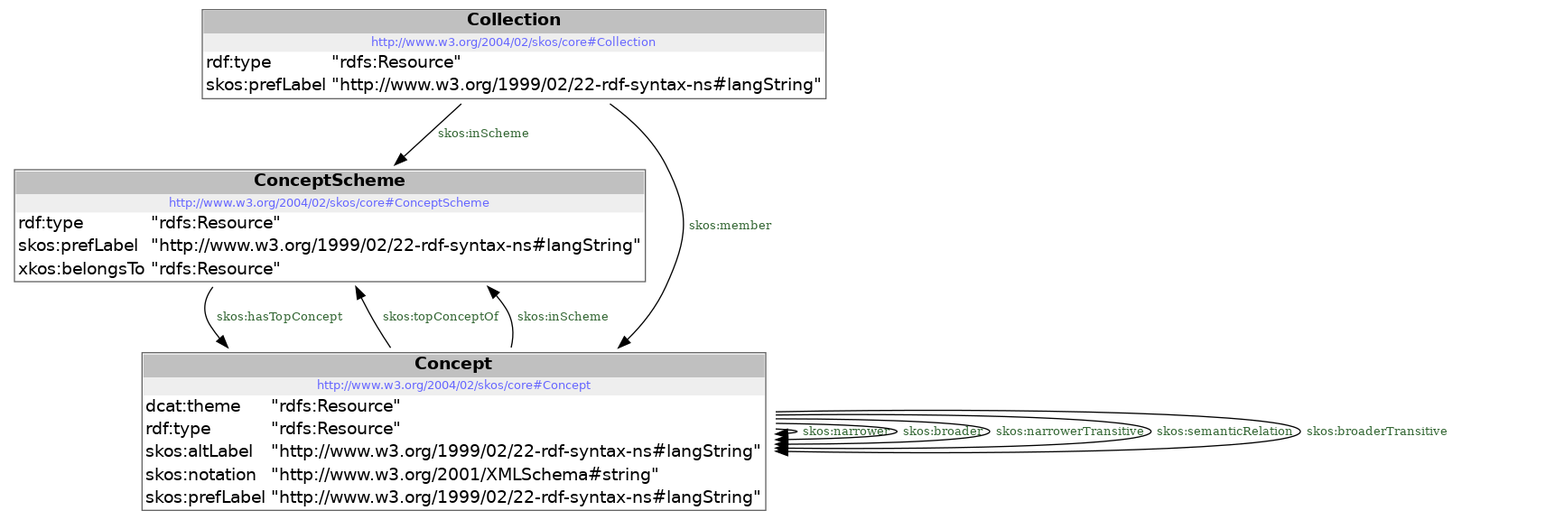
milieuinfo/codelijst-fysico-chemische-eigenschap keeps this Graphviz diagram as src/documentation/model.png. Above is the earlier version. Its source is kept beside it as src/documentation/model.dot. The source it was exported from:
```dot
digraph {
 node [ fontname="DejaVu Sans" ] ;
	node0 -> node0 [ color=BLACK, label=< <font point-size='10' color='#336633'>skos:semanticRelation</font> > ] ;
	node0 -> node0 [ color=BLACK, label=< <font point-size='10' color='#336633'>skos:narrowerTransitive</font> > ] ;
	node0 -> node1 [ color=BLACK, label=< <font point-size='10' color='#336633'>skos:topConceptOf</font> > ] ;
	node0 -> node0 [ color=BLACK, label=< <font point-size='10' color='#336633'>skos:broaderTransitive</font> > ] ;
	node0 -> node1 [ color=BLACK, label=< <font point-size='10' color='#336633'>skos:inScheme</font> > ] ;
	node2 -> node0 [ color=BLACK, label=< <font point-size='10' color='#336633'>skos:member</font> > ] ;
	node2 -> node1 [ color=BLACK, label=< <font point-size='10' color='#336633'>skos:inScheme</font> > ] ;
	node1 -> node0 [ color=BLACK, label=< <font point-size='10' color='#336633'>skos:hasTopConcept</font> > ] ;
	node0 -> node0 [ color=BLACK, label=< <font point-size='10' color='#336633'>skos:narrower</font> > ] ;
	node0 -> node0 [ color=BLACK, label=< <font point-size='10' color='#336633'>skos:broader</font> > ] ;
node0 [ shape=none, color=black label=< <table color='#666666' cellborder='0' cellspacing='0' border='1'><tr><td colspan='2' bgcolor='grey'><B>Concept</B></td></tr><tr><td href='http://www.w3.org/2004/02/skos/core#Concept' bgcolor='#eeeeee' colspan='2'><font point-size='10' color='#6666ff'>http://www.w3.org/2004/02/skos/core#Concept</font></td></tr><tr><td align='left'>dcat:theme</td><td align='left'>&quot;rdfs:Resource&quot;</td></tr><tr><td align='left'>rdf:type</td><td align='left'>&quot;rdfs:Resource&quot;</td></tr><tr><td align='left'>skos:altLabel</td><td align='left'>&quot;http://www.w3.org/1999/02/22-rdf-syntax-ns#langString&quot;</td></tr><tr><td align='left'>skos:notation</td><td align='left'>&quot;http://www.w3.org/2001/XMLSchema#string&quot;</td></tr><tr><td align='left'>skos:prefLabel</td><td align='left'>&quot;http://www.w3.org/1999/02/22-rdf-syntax-ns#langString&quot;</td></tr></table> > ]
node1 [ shape=none, color=black label=< <table color='#666666' cellborder='0' cellspacing='0' border='1'><tr><td colspan='2' bgcolor='grey'><B>ConceptScheme</B></td></tr><tr><td href='http://www.w3.org/2004/02/skos/core#ConceptScheme' bgcolor='#eeeeee' colspan='2'><font point-size='10' color='#6666ff'>http://www.w3.org/2004/02/skos/core#ConceptScheme</font></td></tr><tr><td align='left'>rdf:type</td><td align='left'>&quot;rdfs:Resource&quot;</td></tr><tr><td align='left'>skos:prefLabel</td><td align='left'>&quot;http://www.w3.org/1999/02/22-rdf-syntax-ns#langString&quot;</td></tr><tr><td align='left'>xkos:belongsTo</td><td align='left'>&quot;rdfs:Resource&quot;</td></tr></table> > ]
node2 [ shape=none, color=black label=< <table color='#666666' cellborder='0' cellspacing='0' border='1'><tr><td colspan='2' bgcolor='grey'><B>Collection</B></td></tr><tr><td href='http://www.w3.org/2004/02/skos/core#Collection' bgcolor='#eeeeee' colspan='2'><font point-size='10' color='#6666ff'>http://www.w3.org/2004/02/skos/core#Collection</font></td></tr><tr><td align='left'>rdf:type</td><td align='left'>&quot;rdfs:Resource&quot;</td></tr><tr><td align='left'>skos:prefLabel</td><td align='left'>&quot;http://www.w3.org/1999/02/22-rdf-syntax-ns#langString&quot;</td></tr></table> > ]
}
```
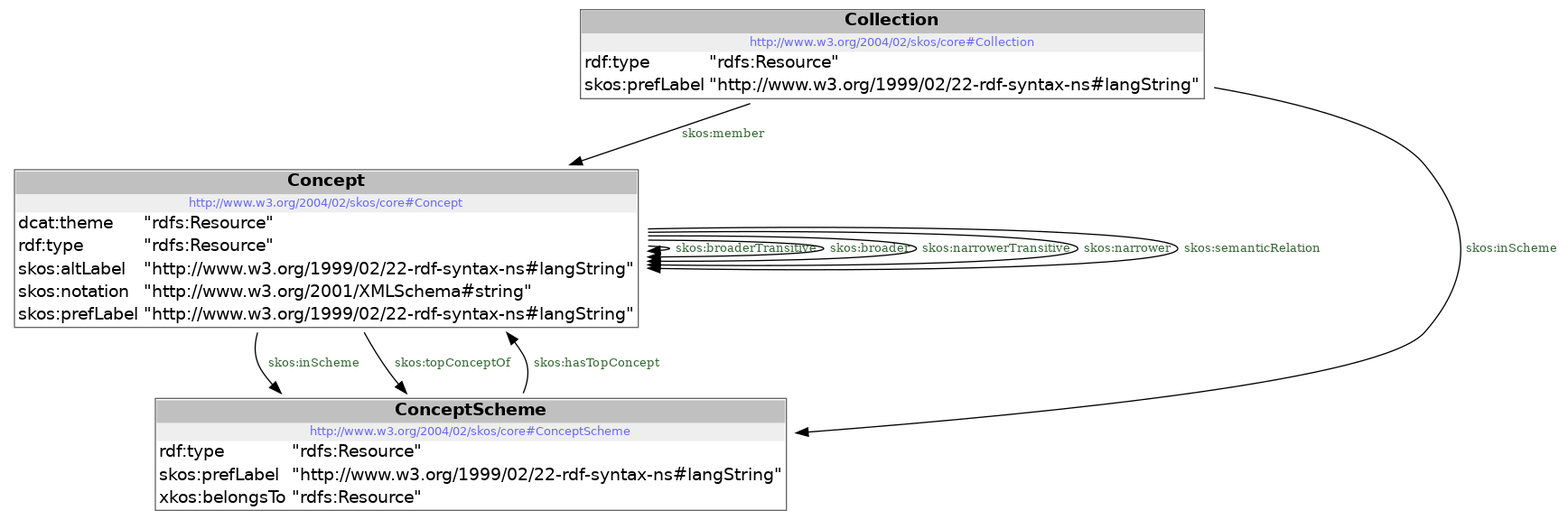
The same diagram one commit later.

Change to the diagram source:
```diff
@@ -1,16 +1,16 @@
 digraph {
  node [ fontname="DejaVu Sans" ] ;
+	node0 -> node0 [ color=BLACK, label=< <font point-size='10' color='#336633'>skos:narrowerTransitive</font> > ] ;
+	node0 -> node0 [ color=BLACK, label=< <font point-size='10' color='#336633'>skos:broader</font> > ] ;
+	node1 -> node0 [ color=BLACK, label=< <font point-size='10' color='#336633'>skos:member</font> > ] ;
 	node0 -> node0 [ color=BLACK, label=< <font point-size='10' color='#336633'>skos:semanticRelation</font> > ] ;
-	node0 -> node0 [ color=BLACK, label=< <font point-size='10' color='#336633'>skos:narrowerTransitive</font> > ] ;
-	node0 -> node1 [ color=BLACK, label=< <font point-size='10' color='#336633'>skos:topConceptOf</font> > ] ;
+	node0 -> node0 [ color=BLACK, label=< <font point-size='10' color='#336633'>skos:narrower</font> > ] ;
+	node2 -> node0 [ color=BLACK, label=< <font point-size='10' color='#336633'>skos:hasTopConcept</font> > ] ;
 	node0 -> node0 [ color=BLACK, label=< <font point-size='10' color='#336633'>skos:broaderTransitive</font> > ] ;
-	node0 -> node1 [ color=BLACK, label=< <font point-size='10' color='#336633'>skos:inScheme</font> > ] ;
-	node2 -> node0 [ color=BLACK, label=< <font point-size='10' color='#336633'>skos:member</font> > ] ;
-	node2 -> node1 [ color=BLACK, label=< <font point-size='10' color='#336633'>skos:inScheme</font> > ] ;
-	node1 -> node0 [ color=BLACK, label=< <font point-size='10' color='#336633'>skos:hasTopConcept</font> > ] ;
-	node0 -> node0 [ color=BLACK, label=< <font point-size='10' color='#336633'>skos:narrower</font> > ] ;
-	node0 -> node0 [ color=BLACK, label=< <font point-size='10' color='#336633'>skos:broader</font> > ] ;
+	node0 -> node2 [ color=BLACK, label=< <font point-size='10' color='#336633'>skos:topConceptOf</font> > ] ;
+	node1 -> node2 [ color=BLACK, label=< <font point-size='10' color='#336633'>skos:inScheme</font> > ] ;
+	node0 -> node2 [ color=BLACK, label=< <font point-size='10' color='#336633'>skos:inScheme</font> > ] ;
 node0 [ shape=none, color=black label=< <table color='#666666' cellborder='0' cellspacing='0' border='1'><tr><td colspan='2' bgcolor='grey'><B>Concept</B></td></tr><tr><td href='http://www.w3.org/2004/02/skos/core#Concept' bgcolor='#eeeeee' colspan='2'><font point-size='10' color='#6666ff'>http://www.w3.org/2004/02/skos/core#Concept</font></td></tr><tr><td align='left'>dcat:theme</td><td align='left'>&quot;rdfs:Resource&quot;</td></tr><tr><td align='left'>rdf:type</td><td align='left'>&quot;rdfs:Resource&quot;</td></tr><tr><td align='left'>skos:altLabel</td><td align='left'>&quot;http://www.w3.org/1999/02/22-rdf-syntax-ns#langString&quot;</td></tr><tr><td align='left'>skos:notation</td><td align='left'>&quot;http://www.w3.org/2001/XMLSchema#string&quot;</td></tr><tr><td align='left'>skos:prefLabel</td><td align='left'>&quot;http://www.w3.org/1999/02/22-rdf-syntax-ns#langString&quot;</td></tr></table> > ]
-node1 [ shape=none, color=black label=< <table color='#666666' cellborder='0' cellspacing='0' border='1'><tr><td colspan='2' bgcolor='grey'><B>ConceptScheme</B></td></tr><tr><td href='http://www.w3.org/2004/02/skos/core#ConceptScheme' bgcolor='#eeeeee' colspan='2'><font point-size='10' color='#6666ff'>http://www.w3.org/2004/02/skos/core#ConceptScheme</font></td></tr><tr><td align='left'>rdf:type</td><td align='left'>&quot;rdfs:Resource&quot;</td></tr><tr><td align='left'>skos:prefLabel</td><td align='left'>&quot;http://www.w3.org/1999/02/22-rdf-syntax-ns#langString&quot;</td></tr><tr><td align='left'>xkos:belongsTo</td><td align='left'>&quot;rdfs:Resource&quot;</td></tr></table> > ]
-node2 [ shape=none, color=black label=< <table color='#666666' cellborder='0' cellspacing='0' border='1'><tr><td colspan='2' bgcolor='grey'><B>Collection</B></td></tr><tr><td href='http://www.w3.org/2004/02/skos/core#Collection' bgcolor='#eeeeee' colspan='2'><font point-size='10' color='#6666ff'>http://www.w3.org/2004/02/skos/core#Collection</font></td></tr><tr><td align='left'>rdf:type</td><td align='left'>&quot;rdfs:Resource&quot;</td></tr><tr><td align='left'>skos:prefLabel</td><td align='left'>&quot;http://www.w3.org/1999/02/22-rdf-syntax-ns#langString&quot;</td></tr></table> > ]
+node1 [ shape=none, color=black label=< <table color='#666666' cellborder='0' cellspacing='0' border='1'><tr><td colspan='2' bgcolor='grey'><B>Collection</B></td></tr><tr><td href='http://www.w3.org/2004/02/skos/core#Collection' bgcolor='#eeeeee' colspan='2'><font point-size='10' color='#6666ff'>http://www.w3.org/2004/02/skos/core#Collection</font></td></tr><tr><td align='left'>rdf:type</td><td align='left'>&quot;rdfs:Resource&quot;</td></tr><tr><td align='left'>skos:prefLabel</td><td align='left'>&quot;http://www.w3.org/1999/02/22-rdf-syntax-ns#langString&quot;</td></tr></table> > ]
+node2 [ shape=none, color=black label=< <table color='#666666' cellborder='0' cellspacing='0' border='1'><tr><td colspan='2' bgcolor='grey'><B>ConceptScheme</B></td></tr><tr><td href='http://www.w3.org/2004/02/skos/core#ConceptScheme' bgcolor='#eeeeee' colspan='2'><font point-size='10' color='#6666ff'>http://www.w3.org/2004/02/skos/core#ConceptScheme</font></td></tr><tr><td align='left'>rdf:type</td><td align='left'>&quot;rdfs:Resource&quot;</td></tr><tr><td align='left'>skos:prefLabel</td><td align='left'>&quot;http://www.w3.org/1999/02/22-rdf-syntax-ns#langString&quot;</td></tr><tr><td align='left'>xkos:belongsTo</td><td align='left'>&quot;rdfs:Resource&quot;</td></tr></table> > ]
 }
```
